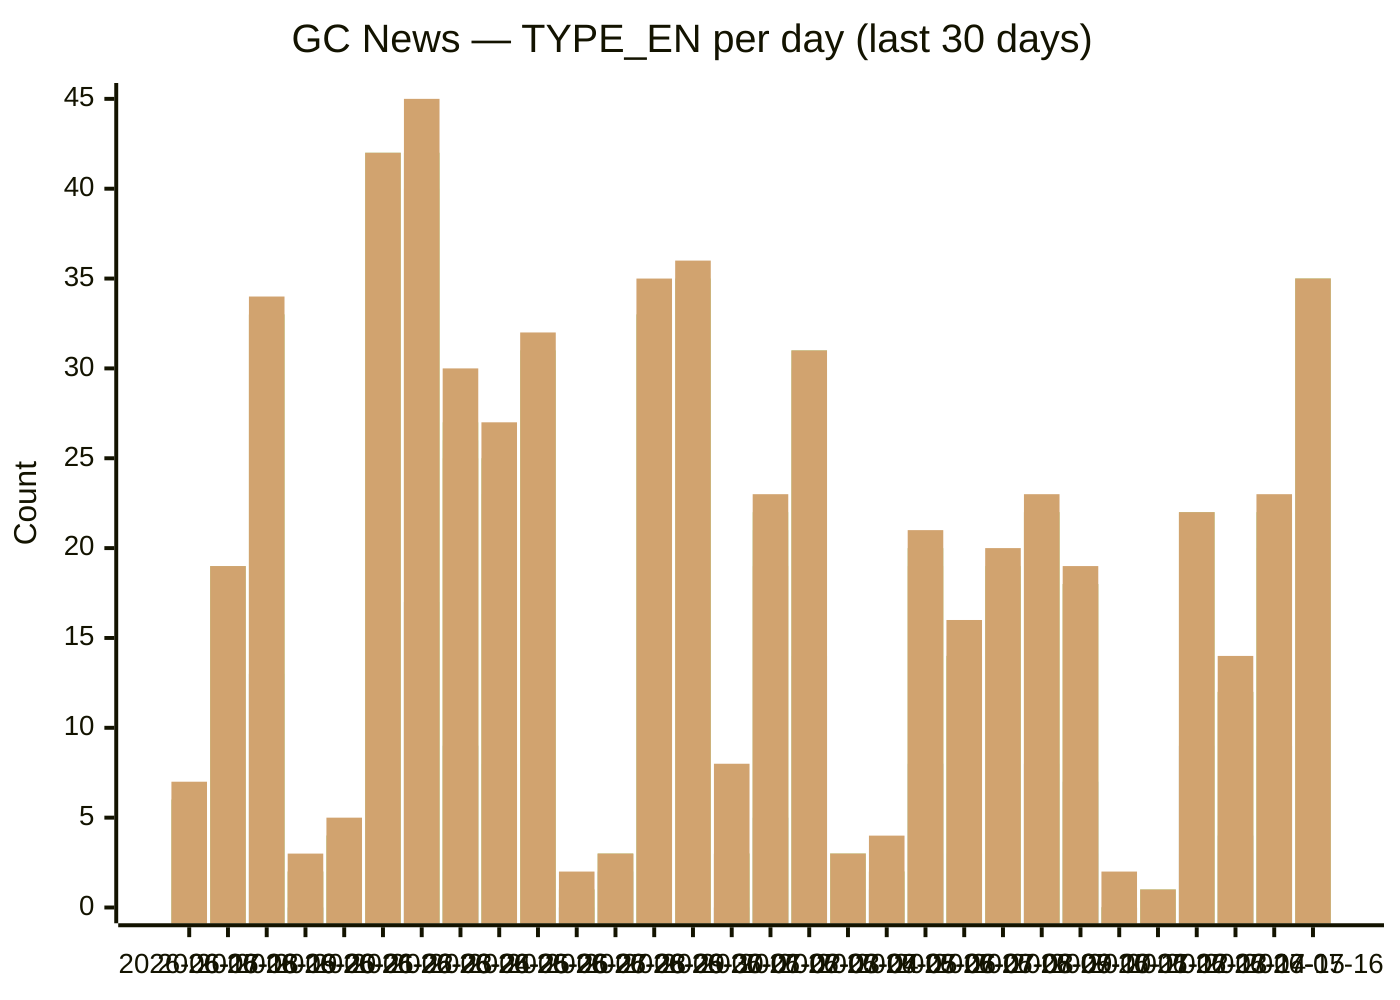
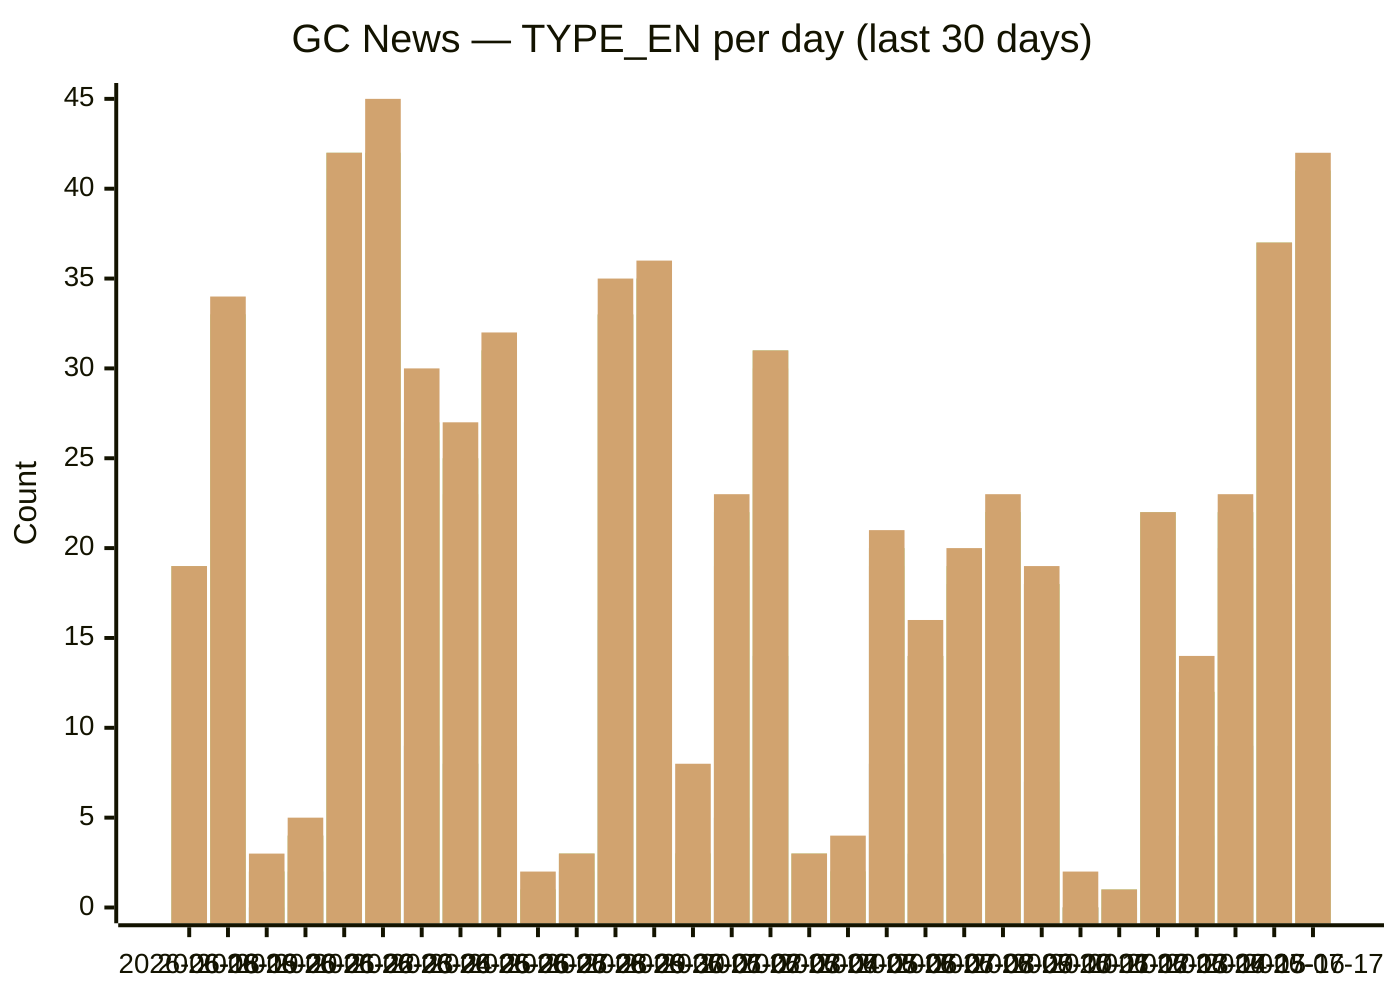
xychart-beta
  title "GC News — TYPE_EN per day (last 30 days)"
-   x-axis [2026-06-17, 2026-06-18, 2026-06-19, 2026-06-20, 2026-06-21, 2026-06-22, 2026-06-23, 2026-06-24, 2026-06-25, 2026-06-26, 2026-06-27, 2026-06-28, 2026-06-29, 2026-06-30, 2026-07-01, 2026-07-02, 2026-07-03, 2026-07-04, 2026-07-05, 2026-07-06, 2026-07-07, 2026-07-08, 2026-07-09, 2026-07-10, 2026-07-11, 2026-07-12, 2026-07-13, 2026-07-14, 2026-07-15, 2026-07-16]
+   x-axis [2026-06-18, 2026-06-19, 2026-06-20, 2026-06-21, 2026-06-22, 2026-06-23, 2026-06-24, 2026-06-25, 2026-06-26, 2026-06-27, 2026-06-28, 2026-06-29, 2026-06-30, 2026-07-01, 2026-07-02, 2026-07-03, 2026-07-04, 2026-07-05, 2026-07-06, 2026-07-07, 2026-07-08, 2026-07-09, 2026-07-10, 2026-07-11, 2026-07-12, 2026-07-13, 2026-07-14, 2026-07-15, 2026-07-16, 2026-07-17]
  y-axis "Count" 0 --> 45
-   bar backgrounders [1, 2, 2, 0, 0, 3, 6, 2, 2, 3, 0, 0, 4, 3, 0, 1, 3, 1, 0, 3, 2, 2, 3, 3, 0, 0, 3, 3, 3, 4]
-   bar "media advisories" [1, 8, 13, 0, 2, 18, 17, 9, 8, 9, 0, 2, 16, 11, 0, 5, 14, 1, 1, 8, 3, 7, 8, 7, 0, 0, 9, 4, 9, 17]
-   bar "news releases" [6, 19, 33, 2, 4, 40, 40, 25, 23, 30, 1, 3, 33, 33, 3, 19, 30, 3, 2, 19, 14, 18, 22, 18, 0, 1, 22, 12, 20, 35]
-   bar readouts [6, 19, 33, 2, 4, 42, 42, 26, 25, 31, 1, 3, 33, 35, 3, 21, 31, 3, 2, 20, 14, 18, 22, 18, 0, 1, 22, 12, 22, 35]
-   bar speeches [6, 19, 33, 2, 4, 42, 42, 27, 25, 31, 1, 3, 33, 35, 3, 22, 31, 3, 2, 20, 14, 19, 22, 18, 0, 1, 22, 12, 22, 35]
-   bar statements [7, 19, 34, 3, 5, 42, 45, 30, 27, 32, 2, 3, 35, 36, 8, 23, 31, 3, 4, 21, 16, 20, 23, 19, 2, 1, 22, 14, 23, 35]
+   bar backgrounders [2, 2, 0, 0, 3, 6, 2, 2, 3, 0, 0, 4, 3, 0, 1, 3, 1, 0, 3, 2, 2, 3, 3, 0, 0, 3, 3, 3, 4, 5]
+   bar "media advisories" [8, 13, 0, 2, 18, 17, 9, 8, 9, 0, 2, 16, 11, 0, 5, 14, 1, 1, 8, 3, 7, 8, 7, 0, 0, 9, 4, 9, 18, 17]
+   bar "news releases" [19, 33, 2, 4, 40, 40, 25, 23, 30, 1, 3, 33, 33, 3, 19, 30, 3, 2, 19, 14, 18, 22, 18, 0, 1, 22, 12, 20, 37, 41]
+   bar readouts [19, 33, 2, 4, 42, 42, 26, 25, 31, 1, 3, 33, 35, 3, 21, 31, 3, 2, 20, 14, 18, 22, 18, 0, 1, 22, 12, 22, 37, 41]
+   bar speeches [19, 33, 2, 4, 42, 42, 27, 25, 31, 1, 3, 33, 35, 3, 22, 31, 3, 2, 20, 14, 19, 22, 18, 0, 1, 22, 12, 22, 37, 41]
+   bar statements [19, 34, 3, 5, 42, 45, 30, 27, 32, 2, 3, 35, 36, 8, 23, 31, 3, 4, 21, 16, 20, 23, 19, 2, 1, 22, 14, 23, 37, 42]
